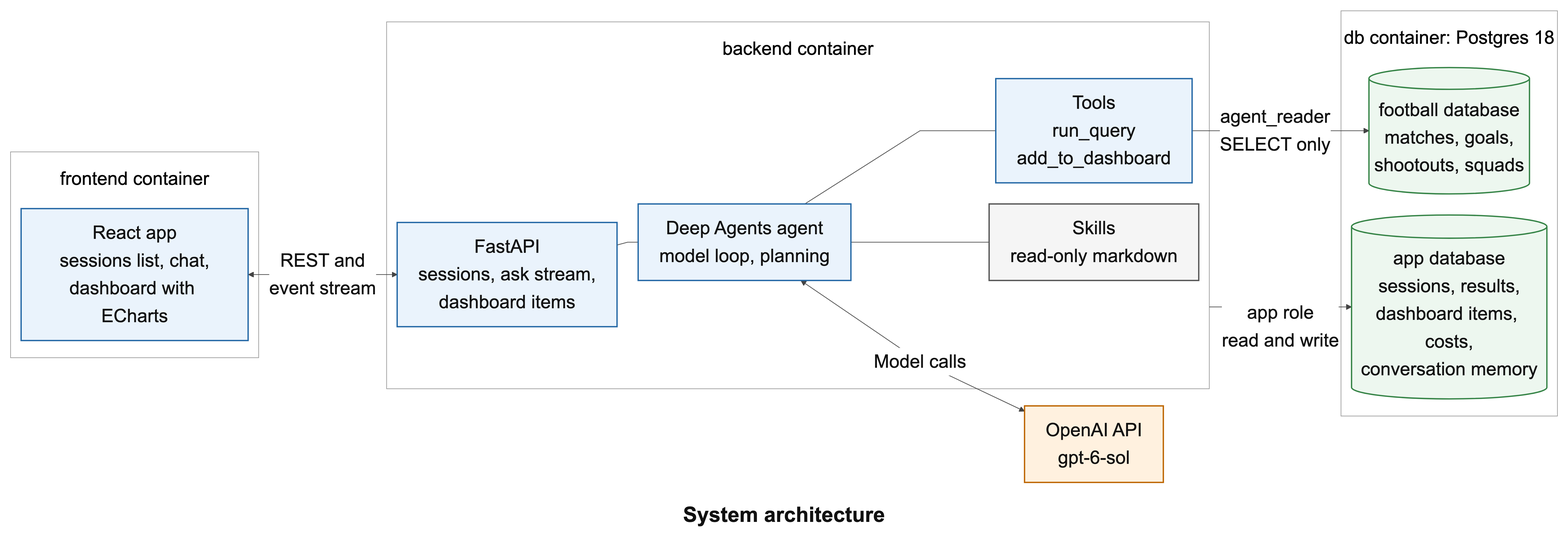
Before: docs/architecture.png, a diagram exported from Mermaid (sajal2692/zero-to-agent-talks-to-database). Its source is kept beside it as docs/architecture.mmd. The source it was exported from:
```mermaid
flowchart LR
  subgraph FE["frontend container"]
    direction TB
    UI["React app<br/>sessions list, chat,<br/>dashboard with ECharts"]:::process
  end

  subgraph BE["backend container"]
    direction TB
    API["FastAPI<br/>sessions, ask stream,<br/>dashboard items"]:::process
    AG["Deep Agents agent<br/>model loop, planning"]:::process
    TL["Tools<br/>run_query<br/>add_to_dashboard"]:::process
    SK["Skills<br/>read-only markdown"]:::neutral
    API --- AG
    AG --- TL
    AG --- SK
  end

  subgraph DB["db container: Postgres 18"]
    direction TB
    FB[("football database<br/>matches, goals,<br/>shootouts, squads")]:::durable
    APP[("app database<br/>sessions, results,<br/>dashboard items, costs,<br/>conversation memory")]:::durable
  end

  OAI["OpenAI API<br/>gpt-6-sol"]:::external

  UI <-- "REST and<br/>event stream" --> API
  AG <-- "Model calls" --> OAI
  TL -- "agent_reader<br/>SELECT only" --> FB
  BE -- "app role<br/>read and write" --> APP

  classDef process fill:#eaf3fc,stroke:#2367a5,color:#111111,stroke-width:2px;
  classDef neutral fill:#f5f5f5,stroke:#555555,color:#111111,stroke-width:2px;
  classDef durable fill:#edf7ef,stroke:#368447,color:#111111,stroke-width:2px;
  classDef external fill:#fff1df,stroke:#bd6500,color:#111111,stroke-width:2px;
```
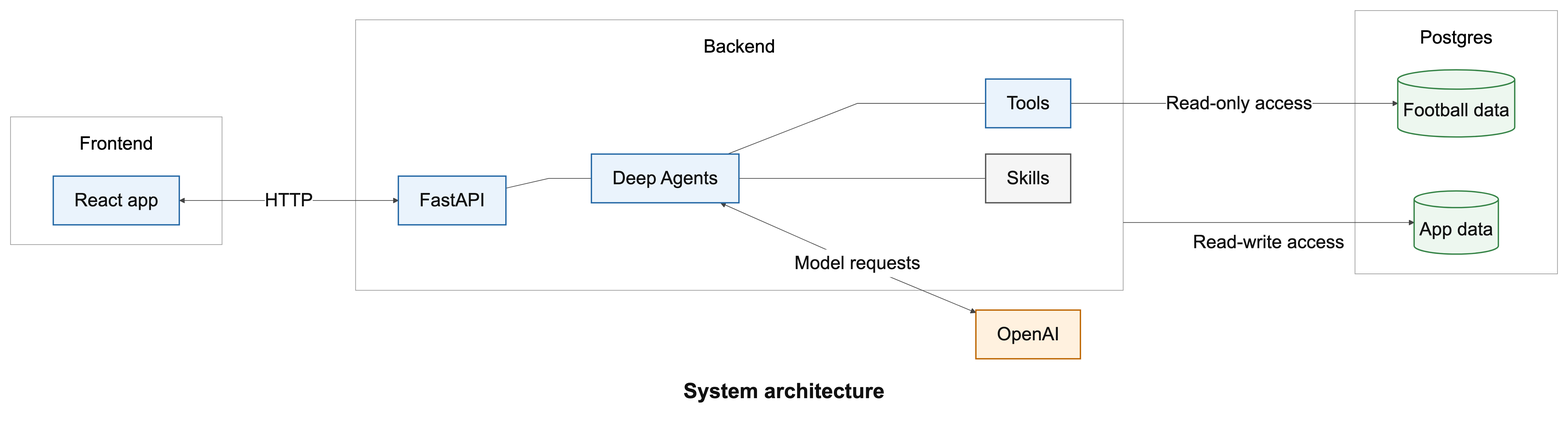
Later version of the same file.

Commit message:
Simplify the architecture diagram and rename headings that end on a verb

The edit, as a diff of the source:
```diff
@@ -1,32 +1,32 @@
+%%{init: {"flowchart": {"rankSpacing": 130, "nodeSpacing": 40}}}%%
 flowchart LR
-  subgraph FE["frontend container"]
-    direction TB
-    UI["React app<br/>sessions list, chat,<br/>dashboard with ECharts"]:::process
+  subgraph FE["Frontend"]
+    UI["React app"]:::process
   end
 
-  subgraph BE["backend container"]
+  subgraph BE["Backend"]
     direction TB
-    API["FastAPI<br/>sessions, ask stream,<br/>dashboard items"]:::process
-    AG["Deep Agents agent<br/>model loop, planning"]:::process
-    TL["Tools<br/>run_query<br/>add_to_dashboard"]:::process
-    SK["Skills<br/>read-only markdown"]:::neutral
+    API["FastAPI"]:::process
+    AG["Deep Agents"]:::process
+    TL["Tools"]:::process
+    SK["Skills"]:::neutral
     API --- AG
     AG --- TL
     AG --- SK
   end
 
-  subgraph DB["db container: Postgres 18"]
+  subgraph DB["Postgres"]
     direction TB
-    FB[("football database<br/>matches, goals,<br/>shootouts, squads")]:::durable
-    APP[("app database<br/>sessions, results,<br/>dashboard items, costs,<br/>conversation memory")]:::durable
+    FB[("Football data")]:::durable
+    APP[("App data")]:::durable
   end
 
-  OAI["OpenAI API<br/>gpt-6-sol"]:::external
+  OAI["OpenAI"]:::external
 
-  UI <-- "REST and<br/>event stream" --> API
-  AG <-- "Model calls" --> OAI
-  TL -- "agent_reader<br/>SELECT only" --> FB
-  BE -- "app role<br/>read and write" --> APP
+  UI <-- "HTTP" --> API
+  AG <-- "Model&nbsp;requests" --> OAI
+  TL -- "Read‑only&nbsp;access" --> FB
+  BE -- "Read‑write&nbsp;access" --> APP
 
   classDef process fill:#eaf3fc,stroke:#2367a5,color:#111111,stroke-width:2px;
   classDef neutral fill:#f5f5f5,stroke:#555555,color:#111111,stroke-width:2px;
```
